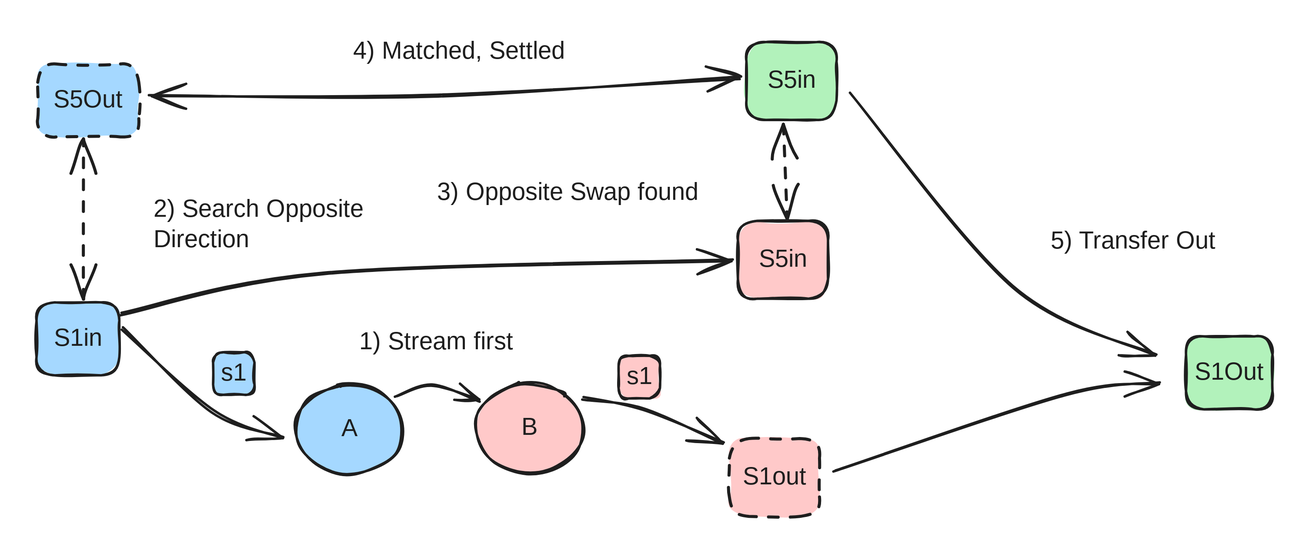
Earlier version of the Excalidraw export .gitbook/assets/file.excalidraw (12).svg (decaswap-labs/docs). Source tidied: one line per element, renumbered; positions are measured from the earlier drawing's top-left corner, leaving out a move shared by most shapes. Its diagram source:
```json
{"id": 0, "type": "rectangle", "strokeColor": "#1e1e1e", "backgroundColor": "#a5d8ff", "fillStyle": "solid", "strokeWidth": 2, "roughness": 1, "round": true, "x": 0, "y": 218, "width": 68, "height": 60}
{"id": 1, "type": "text", "text": "S1in", "strokeColor": "#1e1e1e", "strokeWidth": 2, "roughness": 1, "fontSize": 20, "fontFamily": 1, "textAlign": "center", "verticalAlign": "middle", "inside": 0, "x": 18, "y": 236, "width": 31, "height": 25}
{"id": 2, "type": "ellipse", "strokeColor": "#1e1e1e", "backgroundColor": "#a5d8ff", "fillStyle": "solid", "strokeWidth": 2, "roughness": 1, "round": true, "x": 213, "y": 286, "width": 88, "height": 74}
{"id": 3, "type": "text", "text": "A", "strokeColor": "#1e1e1e", "backgroundColor": "#ffc9c9", "fillStyle": "solid", "strokeWidth": 2, "roughness": 1, "fontSize": 20, "fontFamily": 1, "textAlign": "center", "verticalAlign": "middle", "inside": 2, "x": 250, "y": 310, "width": 13, "height": 25}
{"id": 4, "type": "ellipse", "strokeColor": "#1e1e1e", "backgroundColor": "#ffc9c9", "fillStyle": "solid", "strokeWidth": 2, "roughness": 1, "round": true, "x": 361, "y": 285, "width": 88, "height": 74}
{"id": 5, "type": "text", "text": "B", "strokeColor": "#1e1e1e", "backgroundColor": "#ffc9c9", "fillStyle": "solid", "strokeWidth": 2, "roughness": 1, "fontSize": 20, "fontFamily": 1, "textAlign": "center", "verticalAlign": "middle", "inside": 4, "x": 398, "y": 309, "width": 15, "height": 25}
{"id": 6, "type": "rectangle", "strokeColor": "#1e1e1e", "backgroundColor": "#b2f2bb", "fillStyle": "solid", "strokeWidth": 2, "roughness": 1, "round": true, "x": 944, "y": 246, "width": 71, "height": 60}
{"id": 7, "type": "text", "text": "S1Out", "strokeColor": "#1e1e1e", "strokeWidth": 2, "roughness": 1, "fontSize": 20, "fontFamily": 1, "textAlign": "center", "verticalAlign": "middle", "inside": 6, "x": 952, "y": 264, "width": 55, "height": 25}
{"id": 8, "type": "rectangle", "strokeColor": "#1e1e1e", "backgroundColor": "#ffc9c9", "fillStyle": "solid", "strokeWidth": 2, "strokeStyle": "dashed", "roughness": 1, "round": true, "x": 569, "y": 330, "width": 74, "height": 64}
{"id": 9, "type": "text", "text": "S1out", "strokeColor": "#1e1e1e", "strokeWidth": 2, "roughness": 1, "fontSize": 20, "fontFamily": 1, "textAlign": "center", "verticalAlign": "middle", "inside": 8, "x": 580, "y": 350, "width": 51, "height": 25}
{"id": 10, "type": "arrow", "strokeColor": "#1e1e1e", "backgroundColor": "#ffc9c9", "fillStyle": "solid", "strokeWidth": 2, "roughness": 1, "endArrowhead": "arrow", "round": true, "from": 0, "to": 2, "x": 70, "y": 240, "width": 132, "height": 90, "points": [[0, 0], [75, 68], [132, 90]]}
{"id": 11, "type": "arrow", "strokeColor": "#1e1e1e", "backgroundColor": "#ffc9c9", "fillStyle": "solid", "strokeWidth": 2, "roughness": 1, "endArrowhead": "arrow", "round": true, "from": 2, "to": 4, "x": 295, "y": 295, "width": 68, "height": 12, "points": [[0, 0], [29, -8], [68, 4]]}
{"id": 12, "type": "arrow", "strokeColor": "#1e1e1e", "backgroundColor": "#ffc9c9", "fillStyle": "solid", "strokeWidth": 2, "roughness": 1, "endArrowhead": "arrow", "round": true, "from": 4, "to": 8, "x": 448, "y": 297, "width": 116, "height": 37, "points": [[0, 0], [50, 9], [116, 37]]}
{"id": 13, "type": "rectangle", "strokeColor": "#1e1e1e", "backgroundColor": "#a5d8ff", "fillStyle": "solid", "strokeWidth": 2, "roughness": 1, "round": true, "x": 145, "y": 260, "width": 34, "height": 35}
{"id": 14, "type": "text", "text": "s1", "strokeColor": "#1e1e1e", "strokeWidth": 2, "roughness": 1, "fontSize": 20, "fontFamily": 1, "textAlign": "center", "verticalAlign": "middle", "inside": 13, "x": 154, "y": 264, "width": 16, "height": 25}
{"id": 15, "type": "rectangle", "strokeColor": "#1e1e1e", "backgroundColor": "#ffc9c9", "fillStyle": "solid", "strokeWidth": 2, "roughness": 1, "round": true, "x": 478, "y": 262, "width": 34, "height": 35}
{"id": 16, "type": "text", "text": "s1", "strokeColor": "#1e1e1e", "strokeWidth": 2, "roughness": 1, "fontSize": 20, "fontFamily": 1, "textAlign": "center", "verticalAlign": "middle", "inside": 15, "x": 487, "y": 268, "width": 16, "height": 25}
{"id": 17, "type": "text", "text": "2) Search Opposite\nDirection", "strokeColor": "#1e1e1e", "backgroundColor": "#ffc9c9", "fillStyle": "solid", "strokeWidth": 2, "strokeStyle": "dashed", "roughness": 1, "fontSize": 20, "fontFamily": 1, "x": 96, "y": 130, "width": 189, "height": 50}
{"id": 18, "type": "arrow", "strokeColor": "#1e1e1e", "backgroundColor": "#b2f2bb", "fillStyle": "solid", "strokeWidth": 2, "roughness": 1, "endArrowhead": "arrow", "round": true, "from": 23, "x": 669, "y": 47, "width": 251, "height": 215, "points": [[0, 0], [132, 159], [251, 215]]}
{"id": 19, "type": "text", "text": "3) Opposite Swap found", "strokeColor": "#1e1e1e", "backgroundColor": "#ffc9c9", "fillStyle": "solid", "strokeWidth": 2, "strokeStyle": "dashed", "roughness": 1, "fontSize": 20, "fontFamily": 1, "x": 329, "y": 116, "width": 234, "height": 25}
{"id": 20, "type": "rectangle", "strokeColor": "#1e1e1e", "backgroundColor": "#ffc9c9", "fillStyle": "solid", "strokeWidth": 2, "roughness": 1, "round": true, "x": 576, "y": 152, "width": 74, "height": 64}
{"id": 21, "type": "text", "text": "S5in", "strokeColor": "#1e1e1e", "strokeWidth": 2, "roughness": 1, "fontSize": 20, "fontFamily": 1, "textAlign": "center", "verticalAlign": "middle", "inside": 20, "x": 594, "y": 171, "width": 38, "height": 25}
{"id": 22, "type": "arrow", "strokeColor": "#1e1e1e", "strokeWidth": 2, "roughness": 1, "endArrowhead": "arrow", "round": true, "from": 0, "to": 20, "x": 69, "y": 228, "width": 503, "height": 45, "points": [[0, 0], [167, -33], [503, -45]]}
{"id": 23, "type": "rectangle", "strokeColor": "#1e1e1e", "backgroundColor": "#b2f2bb", "fillStyle": "solid", "strokeWidth": 2, "roughness": 1, "round": true, "x": 583, "y": 4, "width": 74, "height": 64}
{"id": 24, "type": "text", "text": "S5in", "strokeColor": "#1e1e1e", "strokeWidth": 2, "roughness": 1, "fontSize": 20, "fontFamily": 1, "textAlign": "center", "verticalAlign": "middle", "inside": 23, "x": 601, "y": 24, "width": 38, "height": 25}
{"id": 25, "type": "arrow", "strokeColor": "#1e1e1e", "backgroundColor": "#b2f2bb", "fillStyle": "solid", "strokeWidth": 2, "roughness": 1, "endArrowhead": "arrow", "round": true, "from": 8, "x": 655, "y": 357, "width": 267, "height": 73, "points": [[0, 0], [190, -63], [267, -73]]}
{"id": 26, "type": "rectangle", "strokeColor": "#1e1e1e", "backgroundColor": "#a5d8ff", "fillStyle": "solid", "strokeWidth": 2, "strokeStyle": "dashed", "roughness": 1, "round": true, "x": 1, "y": 22, "width": 83, "height": 60}
{"id": 27, "type": "text", "text": "S5Out", "strokeColor": "#1e1e1e", "strokeWidth": 2, "roughness": 1, "fontSize": 20, "fontFamily": 1, "textAlign": "center", "verticalAlign": "middle", "inside": 26, "x": 12, "y": 40, "width": 62, "height": 25}
{"id": 28, "type": "arrow", "strokeColor": "#1e1e1e", "backgroundColor": "#b2f2bb", "fillStyle": "solid", "strokeWidth": 2, "roughness": 1, "startArrowhead": "arrow", "endArrowhead": "arrow", "round": true, "from": 23, "to": 26, "x": 578, "y": 34, "width": 485, "height": 16, "points": [[0, 0], [-252, 15], [-485, 16]]}
{"id": 29, "type": "text", "text": "4) Matched, Settled", "strokeColor": "#1e1e1e", "backgroundColor": "#ffc9c9", "fillStyle": "solid", "strokeWidth": 2, "strokeStyle": "dashed", "roughness": 1, "fontSize": 20, "fontFamily": 1, "x": 260, "y": 0, "width": 200, "height": 25}
{"id": 30, "type": "arrow", "strokeColor": "#1e1e1e", "backgroundColor": "#a5d8ff", "fillStyle": "solid", "strokeWidth": 2, "strokeStyle": "dashed", "roughness": 1, "startArrowhead": "arrow", "endArrowhead": "arrow", "round": true, "from": 0, "to": 26, "x": 39, "y": 215, "width": 0, "height": 130, "points": [[0, 0], [0, -130]]}
{"id": 31, "type": "arrow", "strokeColor": "#1e1e1e", "backgroundColor": "#a5d8ff", "fillStyle": "solid", "strokeWidth": 2, "strokeStyle": "dashed", "roughness": 1, "startArrowhead": "arrow", "endArrowhead": "arrow", "round": true, "from": 23, "to": 20, "x": 614, "y": 73, "width": 4, "height": 77, "points": [[0, 0], [4, 77]]}
{"id": 32, "type": "text", "text": "1) Stream first", "strokeColor": "#1e1e1e", "backgroundColor": "#ffc9c9", "fillStyle": "solid", "strokeWidth": 2, "strokeStyle": "dashed", "roughness": 1, "fontSize": 20, "fontFamily": 1, "x": 265, "y": 239, "width": 146, "height": 25}
{"id": 33, "type": "text", "text": "5) Transfer Out", "strokeColor": "#1e1e1e", "backgroundColor": "#ffc9c9", "fillStyle": "solid", "strokeWidth": 2, "strokeStyle": "dashed", "roughness": 1, "fontSize": 20, "fontFamily": 1, "x": 833, "y": 156, "width": 164, "height": 25}
```
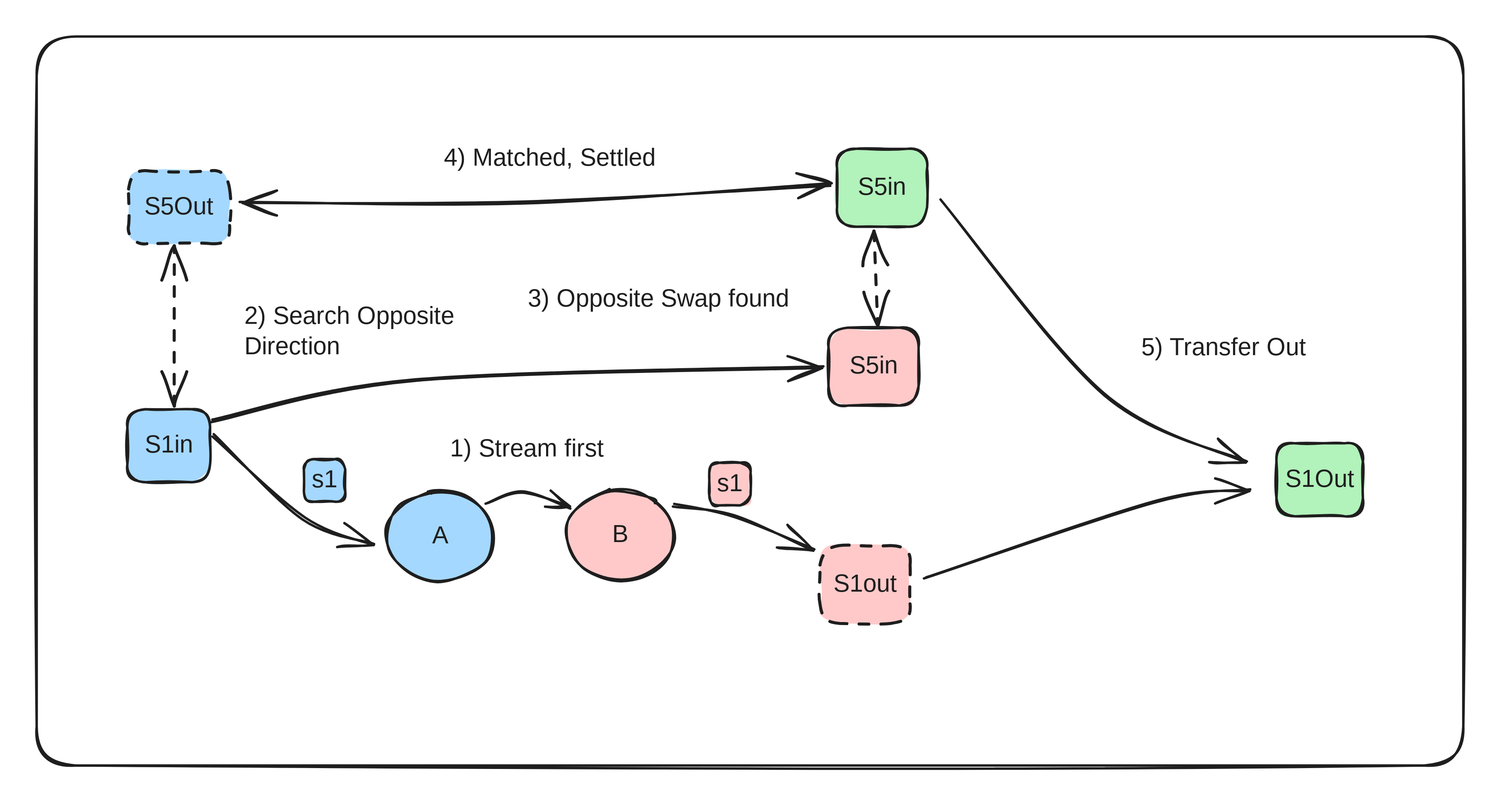
Later version of the same file.

Diff of the diagram source:
```diff
@@ -32,3 +32,4 @@
 {"id": 31, "type": "arrow", "strokeColor": "#1e1e1e", "backgroundColor": "#a5d8ff", "fillStyle": "solid", "strokeWidth": 2, "strokeStyle": "dashed", "roughness": 1, "startArrowhead": "arrow", "endArrowhead": "arrow", "round": true, "from": 23, "to": 20, "x": 614, "y": 73, "width": 4, "height": 77, "points": [[0, 0], [4, 77]]}
 {"id": 32, "type": "text", "text": "1) Stream first", "strokeColor": "#1e1e1e", "backgroundColor": "#ffc9c9", "fillStyle": "solid", "strokeWidth": 2, "strokeStyle": "dashed", "roughness": 1, "fontSize": 20, "fontFamily": 1, "x": 265, "y": 239, "width": 146, "height": 25}
 {"id": 33, "type": "text", "text": "5) Transfer Out", "strokeColor": "#1e1e1e", "backgroundColor": "#ffc9c9", "fillStyle": "solid", "strokeWidth": 2, "strokeStyle": "dashed", "roughness": 1, "fontSize": 20, "fontFamily": 1, "x": 833, "y": 156, "width": 164, "height": 25}
+{"id": 34, "type": "rectangle", "strokeColor": "#1e1e1e", "strokeWidth": 2, "roughness": 1, "round": true, "x": -74, "y": -88, "width": 1172, "height": 599}
```
